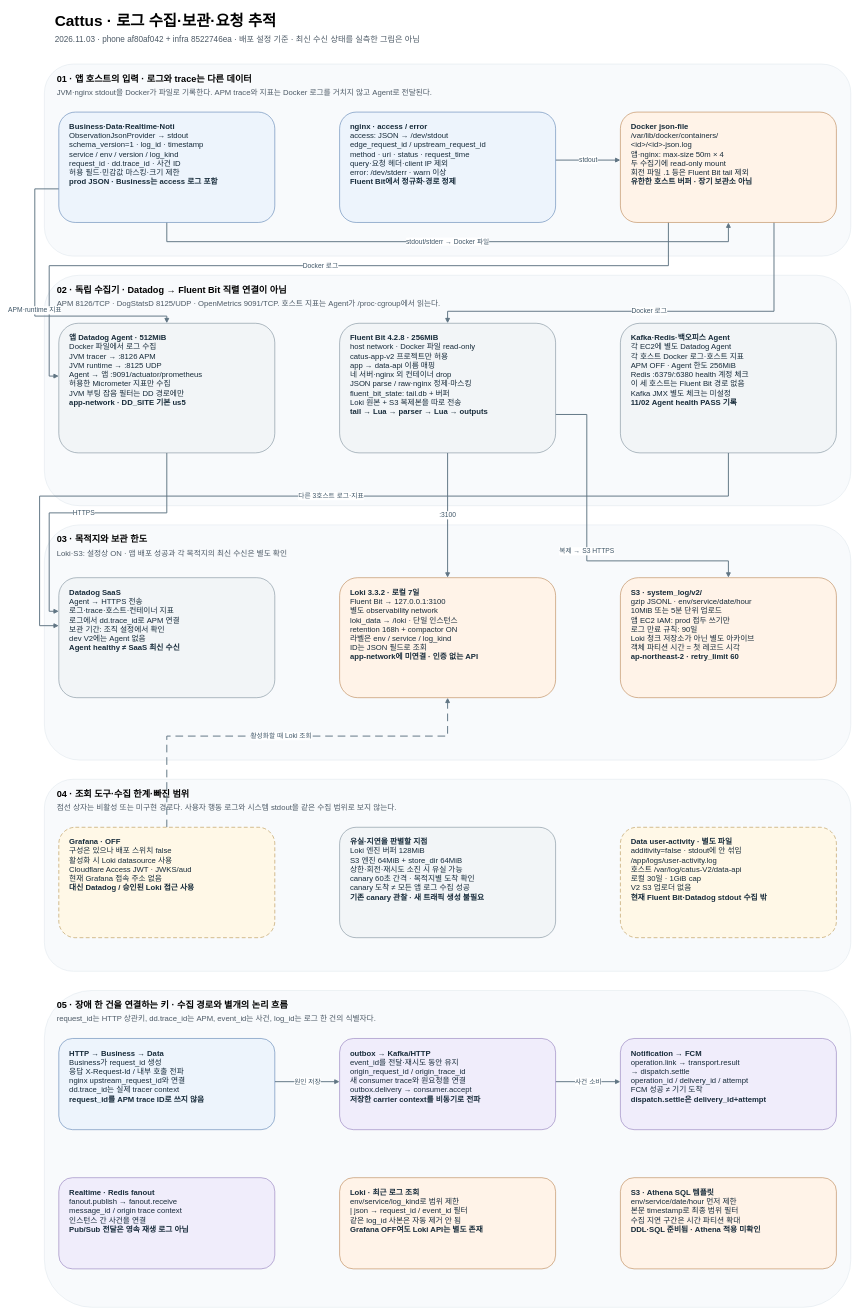
Above: portfolio/diagrams/06-logging.drawio.xml in OneOrThree/oneorthree-docs (draw.io), before the change. Source tidied: cells renumbered, new cells numbered last; positions are measured from the earlier drawing's top-left corner, leaving out a move shared by most shapes. Both pictures are drawn from the tidied source at 48%, with x=0, y=0 at pixel (35, 8).
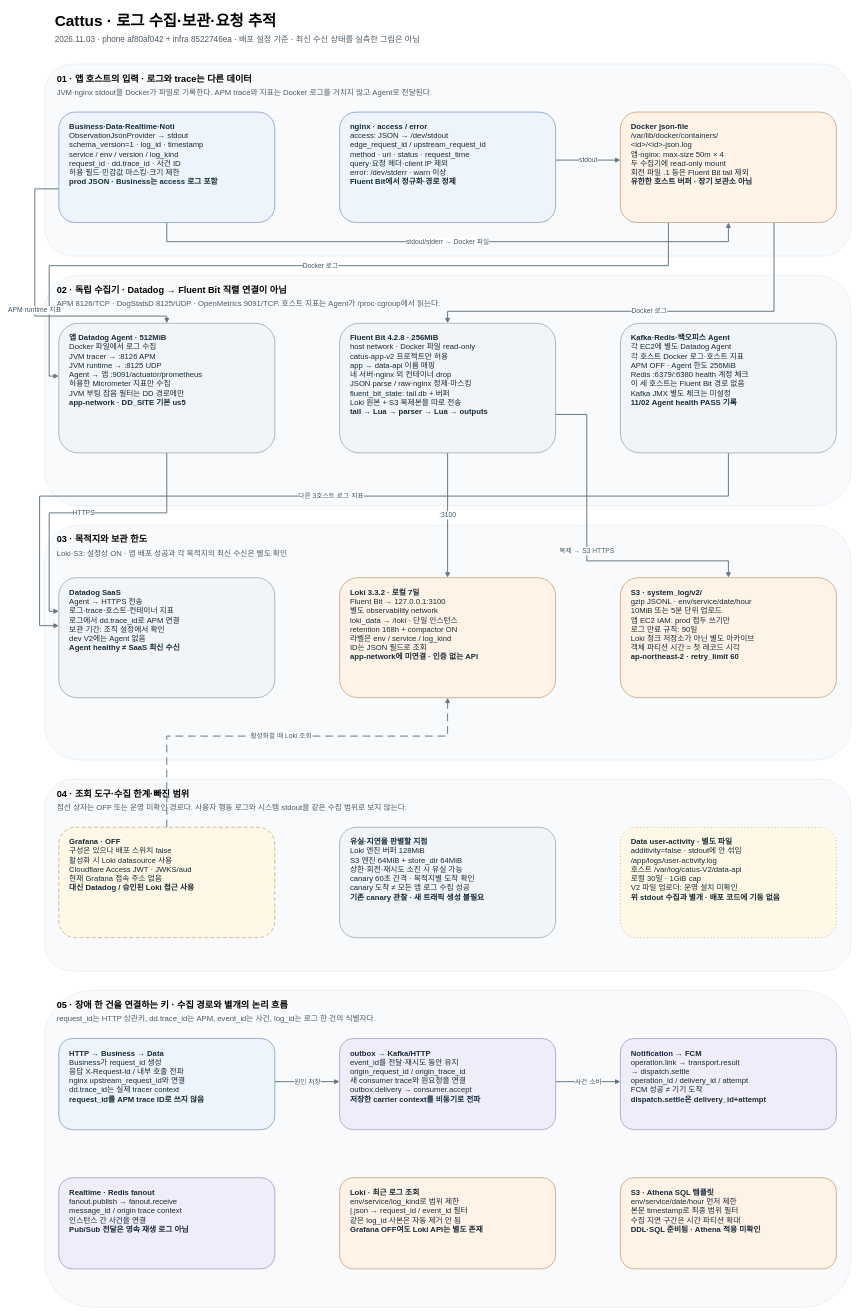
After the change.

Change to the diagram source:
```diff
@@
-    <mxCell id="15" value="점선 상자는 비활성 또는 미구현 경로다. 사용자 행동 로그와 시스템 stdout을 같은 수집 범위로 보지 않는다." style="text;html=0;fontSize=16;align=left;fontColor=#4d5a66;" parent="1" vertex="1">
+    <mxCell id="15" value="점선 상자는 OFF 또는 운영 미확인 경로다. 사용자 행동 로그와 시스템 stdout을 같은 수집 범위로 보지 않는다." style="text;html=0;fontSize=16;align=left;fontColor=#4d5a66;" parent="1" vertex="1">
       <mxGeometry x="44" y="1649" width="1632" height="26" as="geometry" />
     </mxCell>
@@
-    <mxCell id="42" value="&lt;b&gt;Data user-activity · 별도 파일&lt;/b&gt;&lt;br&gt;additivity=false · stdout에 안 섞임&lt;br&gt;/app/logs/user-activity.log&lt;br&gt;호스트 /var/log/catus-V2/data-api&lt;br&gt;로컬 30일 · 1GiB cap&lt;br&gt;V2 S3 업로더 없음&lt;br&gt;&lt;b&gt;현재 Fluent Bit·Datadog stdout 수집 밖&lt;/b&gt;" style="rounded=1;whiteSpace=wrap;html=1;fillColor=#fff8e7;strokeColor=#a67b26;fontColor=#172b3a;fontSize=16;align=left;verticalAlign=top;spacingTop=14;spacingLeft=20;spacingRight=14;spacingBottom=12;dashed=1;dashPattern=8 5;" parent="1" vertex="1">
+    <mxCell id="42" value="&lt;b&gt;Data user-activity · 별도 파일&lt;/b&gt;&lt;br&gt;additivity=false · stdout에 안 섞임&lt;br&gt;/app/logs/user-activity.log&lt;br&gt;호스트 /var/log/catus-V2/data-api&lt;br&gt;로컬 30일 · 1GiB cap&lt;br&gt;V2 파일 업로더: 운영 설치 미확인&lt;br&gt;&lt;b&gt;위 stdout 수집과 별개 · 배포 코드에 기동 없음&lt;/b&gt;" style="rounded=1;whiteSpace=wrap;html=1;fillColor=#fff8e7;strokeColor=#a67b26;fontColor=#172b3a;fontSize=16;align=left;verticalAlign=top;spacingTop=14;spacingLeft=20;spacingRight=14;spacingBottom=12;dashed=1;dashPattern=2 5;" parent="1" vertex="1">
       <mxGeometry x="1220" y="1706" width="450" height="230" as="geometry" />
     </mxCell>
```
